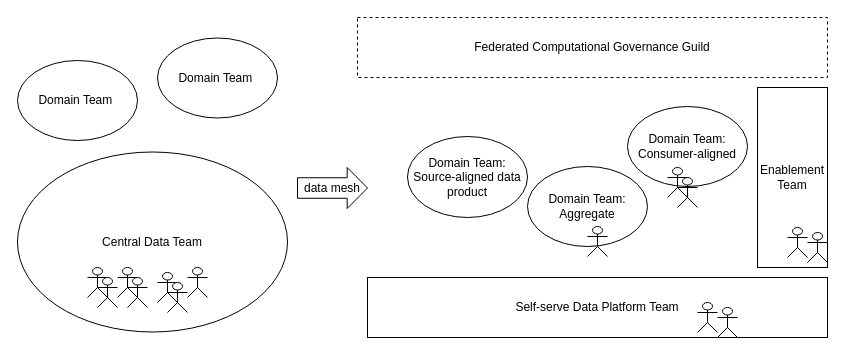
Earlier version of the draw.io diagram diagrams/datateamjourney.drawio (datamesh-architecture/datamesh-architecture.com). Source tidied: cells renumbered, new cells numbered last; positions are measured from the earlier drawing's top-left corner, leaving out a move shared by most shapes. Both pictures are drawn from the tidied source at 100%, with x=0, y=0 at pixel (17, 17).
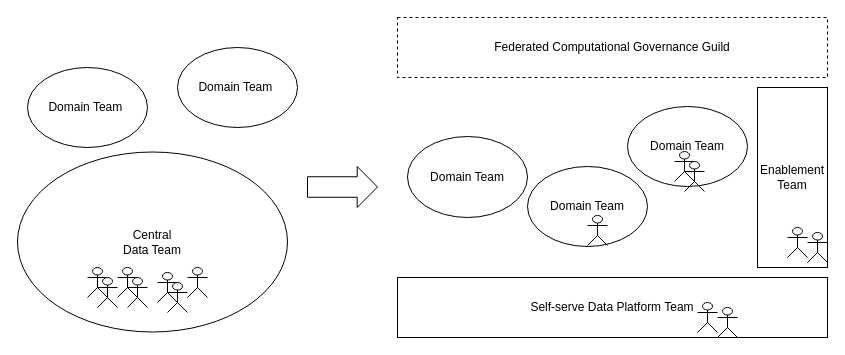
The same page after the edit.

The change refers to these unchanged cells:
```xml
<mxCell id="19" style="group;" parent="1" vertex="1">
  <mxGeometry x="570" y="209" width="40" height="35" as="geometry" />
</mxCell>
```

The edit, as a diff of the source:
```diff
@@
-    <mxCell id="2" value="Central Data Team" style="ellipse;whiteSpace=wrap;html=1;" parent="1" vertex="1">
+    <mxCell id="2" value="Central &lt;br&gt;Data Team" style="ellipse;whiteSpace=wrap;html=1;" parent="1" vertex="1">
       <mxGeometry y="134.5" width="270" height="180" as="geometry" />
     </mxCell>
-    <mxCell id="3" value="Domain Team:&lt;br&gt;Consumer-aligned" style="ellipse;whiteSpace=wrap;html=1;" parent="1" vertex="1">
+    <mxCell id="3" value="Domain Team" style="ellipse;whiteSpace=wrap;html=1;" parent="1" vertex="1">
       <mxGeometry x="610" y="89" width="120" height="80" as="geometry" />
     </mxCell>
-    <mxCell id="4" value="Domain Team:&lt;br&gt;Aggregate" style="ellipse;whiteSpace=wrap;html=1;" parent="1" vertex="1">
+    <mxCell id="4" value="Domain Team" style="ellipse;whiteSpace=wrap;html=1;" parent="1" vertex="1">
       <mxGeometry x="510" y="149" width="120" height="80" as="geometry" />
     </mxCell>
-    <mxCell id="5" value="Domain Team:&lt;br&gt;Source-aligned data product" style="ellipse;whiteSpace=wrap;html=1;" parent="1" vertex="1">
+    <mxCell id="5" value="Domain Team" style="ellipse;whiteSpace=wrap;html=1;" parent="1" vertex="1">
       <mxGeometry x="390" y="119" width="120" height="81" as="geometry" />
     </mxCell>
-    <mxCell id="6" value="data mesh" style="shape=singleArrow;whiteSpace=wrap;html=1;arrowWidth=0.5;arrowSize=0.29;" parent="1" vertex="1">
-      <mxGeometry x="280" y="150" width="70" height="41" as="geometry" />
+    <mxCell id="6" style="shape=singleArrow;whiteSpace=wrap;html=1;arrowWidth=0.5;arrowSize=0.29;" parent="1" vertex="1">
+      <mxGeometry x="290" y="149" width="70" height="41" as="geometry" />
     </mxCell>
     <mxCell id="7" value="Self-serve Data Platform Team" style="rounded=0;whiteSpace=wrap;html=1;" parent="1" vertex="1">
-      <mxGeometry x="350" y="260" width="460" height="60" as="geometry" />
+      <mxGeometry x="380" y="260" width="430" height="60" as="geometry" />
     </mxCell>
@@
     <mxCell id="9" value="Federated Computational Governance Guild" style="rounded=0;whiteSpace=wrap;html=1;dashed=1;" parent="1" vertex="1">
-      <mxGeometry x="340" width="470" height="60" as="geometry" />
+      <mxGeometry x="380" width="430" height="60" as="geometry" />
     </mxCell>
@@
     <mxCell id="13" style="group;" parent="1" vertex="1">
-      <mxGeometry x="650" y="150" width="40" height="35" as="geometry" />
+      <mxGeometry x="657" y="134" width="40" height="35" as="geometry" />
     </mxCell>
@@
     <mxCell id="20" style="shape=umlActor;verticalLabelPosition=bottom;verticalAlign=top;html=1;" parent="19" vertex="1">
-      <mxGeometry width="20" height="30" as="geometry" />
+      <mxGeometry y="-11" width="20" height="30" as="geometry" />
     </mxCell>
     <mxCell id="21" value="Domain Team&amp;nbsp;" style="ellipse;whiteSpace=wrap;html=1;" parent="1" vertex="1">
-      <mxGeometry y="43" width="120" height="80" as="geometry" />
+      <mxGeometry x="10" y="50" width="120" height="80" as="geometry" />
     </mxCell>
     <mxCell id="22" value="Domain Team&amp;nbsp;" style="ellipse;whiteSpace=wrap;html=1;" parent="1" vertex="1">
-      <mxGeometry x="140" y="20.5" width="120" height="80" as="geometry" />
+      <mxGeometry x="160" y="30" width="120" height="80" as="geometry" />
     </mxCell>
```
